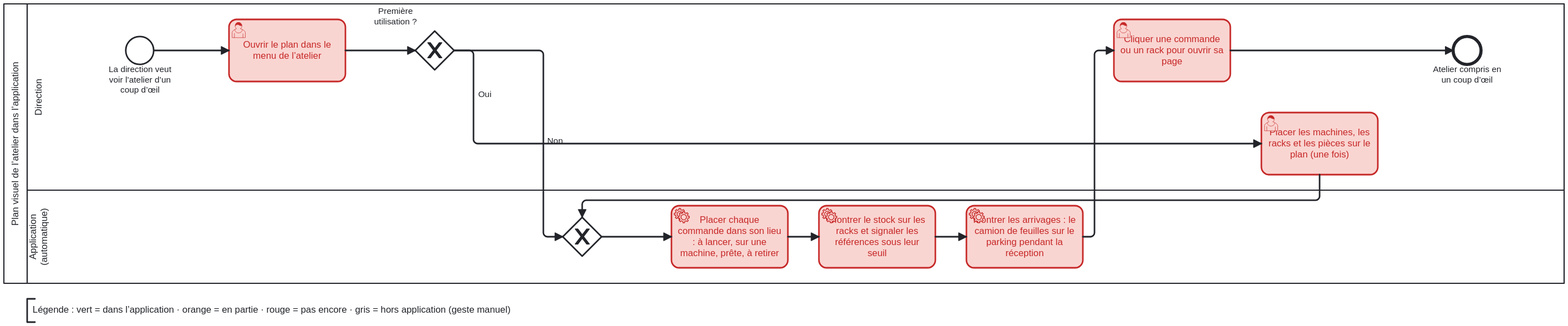
Earlier version of the BPMN export docs/bpmn/12-plan-atelier.svg (abnd-corp/Abatelier). Its source is kept beside it as docs/bpmn/12-plan-atelier.bpmn. Ids are renumbered.
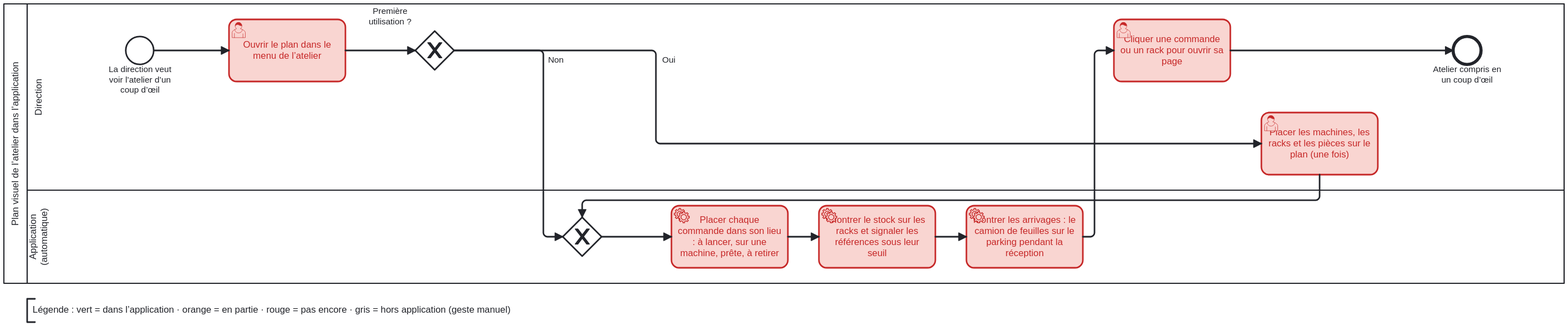
After the change.

Change to the diagram source:
```diff
@@ -81,14 +81,11 @@
       <bpmndi:BPMNShape id="P12_plan_atelier_gs1_di" bpmnElement="P12_plan_atelier_gs1" isMarkerVisible="true">
         <dc:Bounds x="570" y="75" width="50" height="50" />
         <bpmndi:BPMNLabel>
-          <dc:Bounds x="490" y="43" width="110" height="30" />
+          <dc:Bounds x="483" y="43" width="110" height="30" />
         </bpmndi:BPMNLabel>
       </bpmndi:BPMNShape>
       <bpmndi:BPMNShape id="P12_plan_atelier_gj2_di" bpmnElement="P12_plan_atelier_gj2" isMarkerVisible="true">
         <dc:Bounds x="760" y="315" width="50" height="50" />
-        <bpmndi:BPMNLabel>
-          <dc:Bounds x="680" y="283" width="110" height="30" />
-        </bpmndi:BPMNLabel>
       </bpmndi:BPMNShape>
       <bpmndi:BPMNEdge id="P12_plan_atelier_flux1_di" bpmnElement="P12_plan_atelier_flux1">
         <di:waypoint x="233" y="100" />
@@ -127,12 +124,18 @@
         <di:waypoint x="735" y="100" />
         <di:waypoint x="735" y="340" />
         <di:waypoint x="760" y="340" />
+        <bpmndi:BPMNLabel>
+          <dc:Bounds x="739" y="106" width="25" height="17" />
+        </bpmndi:BPMNLabel>
       </bpmndi:BPMNEdge>
       <bpmndi:BPMNEdge id="P12_plan_atelier_flux9_di" bpmnElement="P12_plan_atelier_flux9">
         <di:waypoint x="620" y="100" />
-        <di:waypoint x="645" y="100" />
-        <di:waypoint x="645" y="220" />
+        <di:waypoint x="880" y="100" />
+        <di:waypoint x="880" y="220" />
         <di:waypoint x="1660" y="220" />
+        <bpmndi:BPMNLabel>
+          <dc:Bounds x="884" y="106" width="25" height="17" />
+        </bpmndi:BPMNLabel>
       </bpmndi:BPMNEdge>
       <bpmndi:BPMNEdge id="P12_plan_atelier_flux10_di" bpmnElement="P12_plan_atelier_flux10">
         <di:waypoint x="810" y="340" />
```
